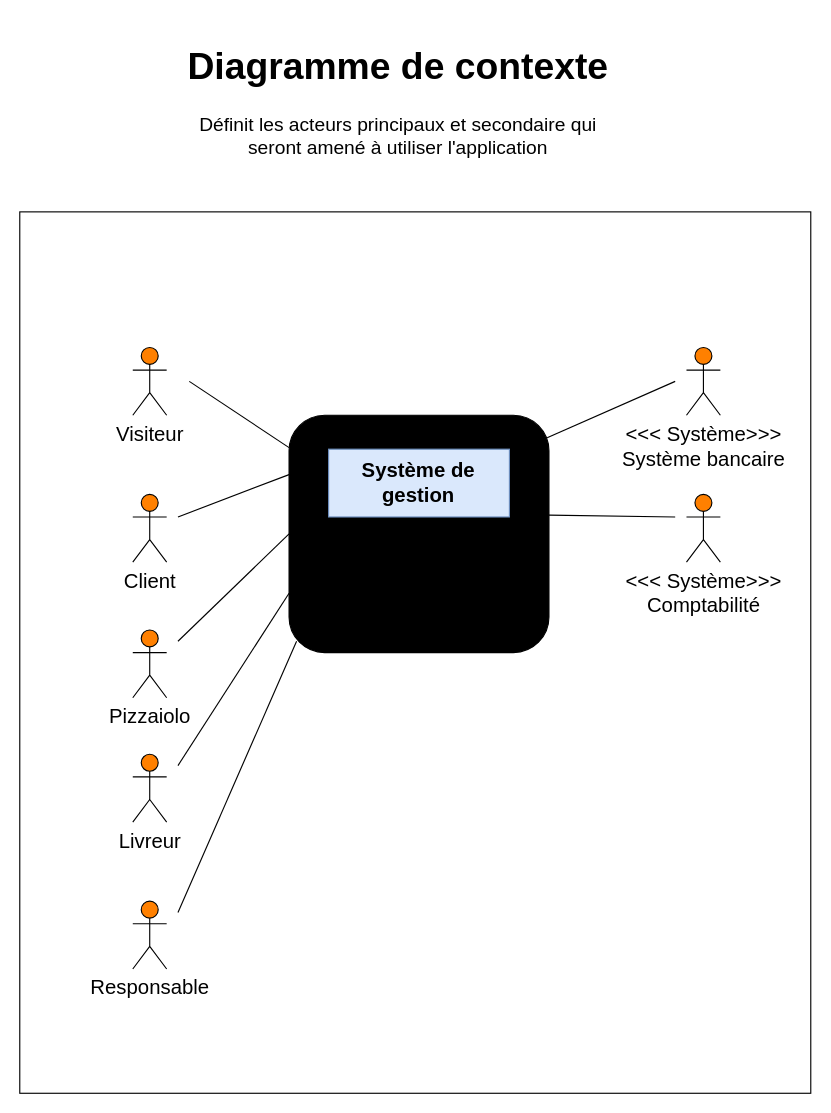
The draw.io diagram Context Diagram.drawio in Maayaavi/OC_Project_4, before the edit. Source tidied: cells renumbered, new cells numbered last; positions are measured from the earlier drawing's top-left corner, leaving out a move shared by most shapes. Both pictures are drawn from the tidied source at 113%, with x=0, y=0 at pixel (19, 31).
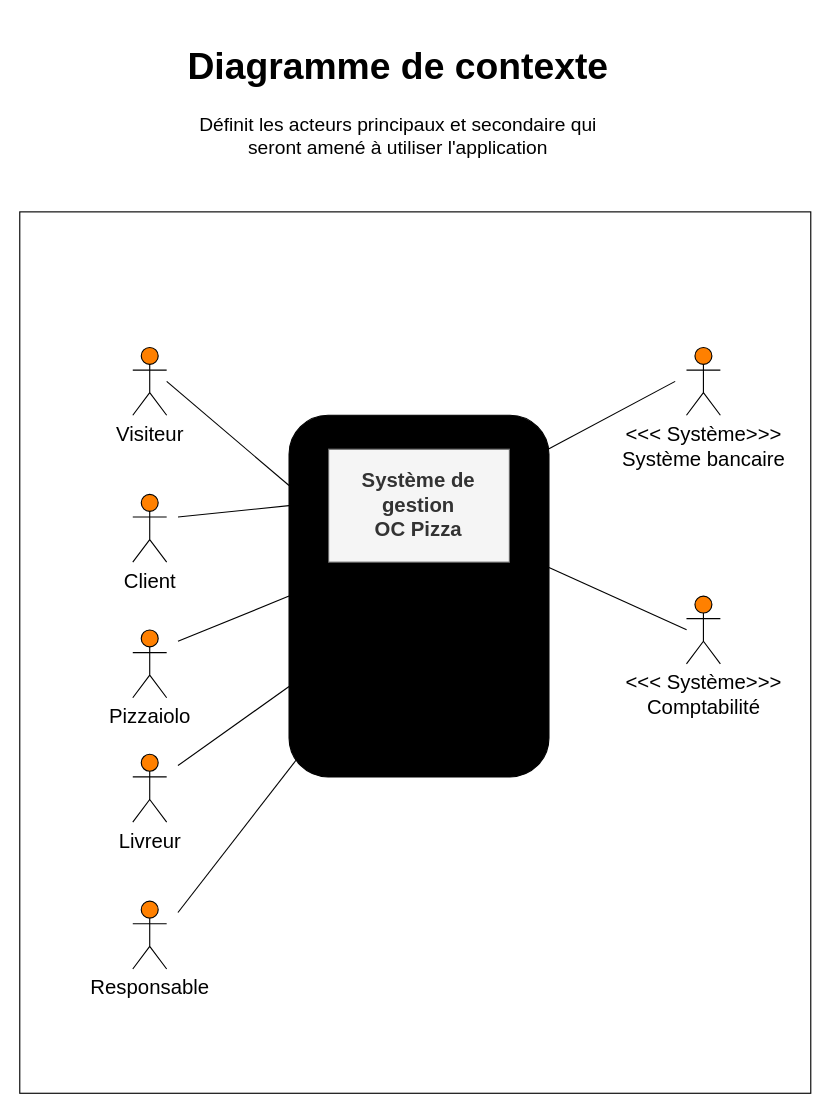
The same diagram, later.

Unchanged cells that the change refers to:
```xml
<mxCell id="2" style="whiteSpace=wrap;html=1;" parent="1" vertex="1">
  <mxGeometry y="160" width="700" height="780" as="geometry" />
</mxCell>
```

Diff of the diagram source:
```diff
@@
     <mxCell id="4" style="rounded=1;whiteSpace=wrap;html=1;fillColor=#000000;" parent="1" vertex="1">
-      <mxGeometry x="238.3" y="340" width="230" height="210" as="geometry" />
+      <mxGeometry x="238.3" y="340" width="230" height="320" as="geometry" />
     </mxCell>
-    <mxCell id="5" value="Système de gestion" style="text;html=1;align=center;verticalAlign=middle;whiteSpace=wrap;rounded=0;fontSize=18;fontStyle=1;glass=0;fillColor=#dae8fc;strokeColor=#6c8ebf;" parent="1" vertex="1">
-      <mxGeometry x="273.3" y="370" width="160" height="60" as="geometry" />
+    <mxCell id="5" value="Système de gestion&lt;br&gt;OC Pizza" style="text;html=1;align=center;verticalAlign=middle;whiteSpace=wrap;rounded=0;fontSize=18;fontStyle=1;glass=0;fillColor=#f5f5f5;strokeColor=#666666;fontColor=#333333;" parent="1" vertex="1">
+      <mxGeometry x="273.3" y="370" width="160" height="100" as="geometry" />
     </mxCell>
@@
     <mxCell id="15" style="endArrow=none;html=1;strokeColor=#000000;fontSize=18;" parent="1" edge="1" target="4">
       <mxGeometry relative="1" as="geometry">
-        <mxPoint x="150" y="310" as="sourcePoint" />
+        <mxPoint x="130" y="310" as="sourcePoint" />
       </mxGeometry>
     </mxCell>
@@
     <mxCell id="17" value="&amp;lt;&amp;lt;&amp;lt; Système&amp;gt;&amp;gt;&amp;gt;&lt;br&gt;Comptabilité" style="shape=umlActor;verticalLabelPosition=bottom;labelBackgroundColor=#ffffff;verticalAlign=top;html=1;fontSize=18;gradientColor=none;gradientDirection=north;fillColor=#FF8000;" parent="1" vertex="1">
-      <mxGeometry x="590" y="410" width="30" height="60" as="geometry" />
+      <mxGeometry x="590" y="500" width="30" height="60" as="geometry" />
     </mxCell>
-    <mxCell id="18" style="endArrow=none;html=1;strokeColor=#000000;fontSize=18;exitX=1;exitY=0.421;exitDx=0;exitDy=0;exitPerimeter=0;" parent="1" edge="1" source="4">
-      <mxGeometry relative="1" as="geometry">
-        <mxPoint x="580" y="430" as="targetPoint" />
-      </mxGeometry>
+    <mxCell id="18" style="endArrow=none;html=1;strokeColor=#000000;fontSize=18;exitX=1;exitY=0.421;exitDx=0;exitDy=0;exitPerimeter=0;entryX=0.843;entryY=0.474;entryDx=0;entryDy=0;entryPerimeter=0;" parent="1" edge="1" source="4" target="2">
+      <mxGeometry relative="1" as="geometry" />
     </mxCell>
```
